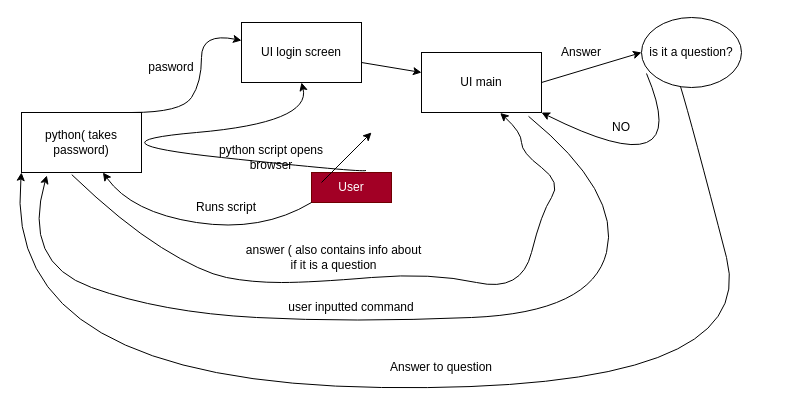
Before: drawing.drawio in z3co/startPersonalAssistant, a draw.io diagram. Source tidied: cells renumbered, new cells numbered last; positions are measured from the earlier drawing's top-left corner, leaving out a move shared by most shapes. Both pictures are drawn from the tidied source at 100%, with x=0, y=0 at pixel (1, 17).
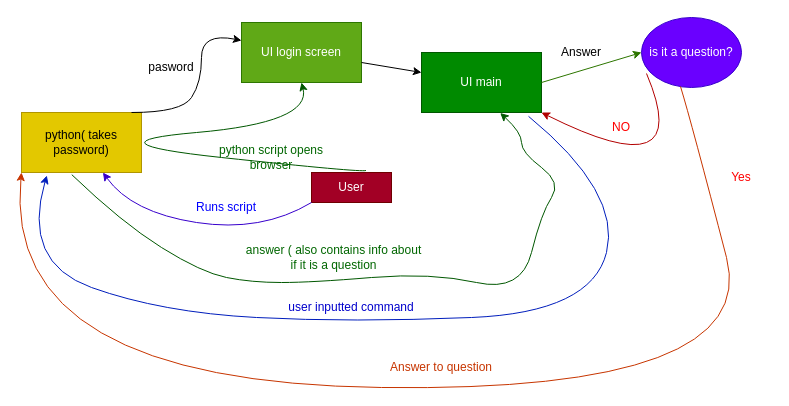
Above is the later version.

The change refers to these unchanged cells:
```xml
<mxCell id="2" value="User" style="rounded=0;whiteSpace=wrap;html=1;fillColor=#a20025;fontColor=#ffffff;strokeColor=#6F0000;" parent="1" vertex="1">
  <mxGeometry x="310" y="155" width="80" height="30" as="geometry" />
</mxCell>
```

What changed in the source:
```diff
@@
-    <mxCell id="3" style="curved=1;endArrow=classic;html=1;exitX=0;exitY=1;exitDx=0;exitDy=0;" parent="1" edge="1" source="2" target="5">
+    <mxCell id="3" style="curved=1;endArrow=classic;html=1;exitX=0;exitY=1;exitDx=0;exitDy=0;fillColor=#6a00ff;strokeColor=#3700CC;" parent="1" edge="1" source="2" target="5">
       <mxGeometry relative="1" as="geometry">
         <Array as="points">
           <mxPoint x="260" y="215" />
           <mxPoint x="130" y="195" />
         </Array>
       </mxGeometry>
     </mxCell>
-    <mxCell id="4" value="Runs script" style="text;html=1;strokeColor=none;fillColor=none;align=center;verticalAlign=middle;whiteSpace=wrap;rounded=0;" parent="1" vertex="1">
+    <mxCell id="4" value="Runs script" style="text;html=1;strokeColor=none;fillColor=none;align=center;verticalAlign=middle;whiteSpace=wrap;rounded=0;fontColor=#0000FF;" parent="1" vertex="1">
       <mxGeometry x="180" y="175" width="90" height="30" as="geometry" />
     </mxCell>
-    <mxCell id="5" value="python( takes password)" style="rounded=0;whiteSpace=wrap;html=1;" parent="1" vertex="1">
+    <mxCell id="5" value="python( takes password)" style="rounded=0;whiteSpace=wrap;html=1;fillColor=#e3c800;fontColor=#000000;strokeColor=#B09500;" parent="1" vertex="1">
       <mxGeometry x="20" y="95" width="120" height="60" as="geometry" />
     </mxCell>
@@
-    <mxCell id="8" value="UI login screen" style="rounded=0;whiteSpace=wrap;html=1;" parent="1" vertex="1">
+    <mxCell id="8" value="UI login screen" style="rounded=0;whiteSpace=wrap;html=1;fillColor=#60a917;fontColor=#ffffff;strokeColor=#2D7600;" parent="1" vertex="1">
       <mxGeometry x="240" y="5" width="120" height="60" as="geometry" />
     </mxCell>
-    <mxCell id="9" style="curved=1;endArrow=classic;html=1;entryX=0.5;entryY=1;entryDx=0;entryDy=0;exitX=0.681;exitY=-0.067;exitDx=0;exitDy=0;exitPerimeter=0;" parent="1" edge="1" source="2" target="8">
+    <mxCell id="9" style="curved=1;endArrow=classic;html=1;entryX=0.5;entryY=1;entryDx=0;entryDy=0;exitX=0.681;exitY=-0.067;exitDx=0;exitDy=0;exitPerimeter=0;fillColor=#008a00;strokeColor=#005700;" parent="1" edge="1" source="2" target="8">
       <mxGeometry relative="1" as="geometry">
         <Array as="points">
           <mxPoint x="360" y="155" />
           <mxPoint x="80" y="125" />
           <mxPoint x="310" y="105" />
         </Array>
       </mxGeometry>
     </mxCell>
-    <mxCell id="10" value="python script opens browser" style="text;html=1;strokeColor=none;fillColor=none;align=center;verticalAlign=middle;whiteSpace=wrap;rounded=0;" parent="1" vertex="1">
+    <mxCell id="10" value="python script opens browser" style="text;html=1;align=center;verticalAlign=middle;whiteSpace=wrap;rounded=0;fontColor=#006600;" parent="1" vertex="1">
       <mxGeometry x="200" y="125" width="140" height="30" as="geometry" />
     </mxCell>
@@
-    <mxCell id="12" value="UI main" style="rounded=0;whiteSpace=wrap;html=1;" parent="1" vertex="1">
+    <mxCell id="12" value="UI main" style="rounded=0;whiteSpace=wrap;html=1;fillColor=#008a00;fontColor=#ffffff;strokeColor=#005700;" parent="1" vertex="1">
       <mxGeometry x="420" y="35" width="120" height="60" as="geometry" />
     </mxCell>
-    <mxCell id="13" style="curved=1;endArrow=classic;html=1;exitX=0.892;exitY=1.064;exitDx=0;exitDy=0;exitPerimeter=0;entryX=0.211;entryY=1.05;entryDx=0;entryDy=0;entryPerimeter=0;" parent="1" edge="1" source="12" target="5">
+    <mxCell id="13" style="curved=1;endArrow=classic;html=1;exitX=0.892;exitY=1.064;exitDx=0;exitDy=0;exitPerimeter=0;entryX=0.211;entryY=1.05;entryDx=0;entryDy=0;entryPerimeter=0;fillColor=#0050ef;strokeColor=#001DBC;" parent="1" edge="1" source="12" target="5">
       <mxGeometry relative="1" as="geometry">
         <Array as="points">
           <mxPoint x="620" y="175" />
           <mxPoint x="590" y="295" />
           <mxPoint x="350" y="305" />
           <mxPoint x="160" y="295" />
           <mxPoint x="20" y="245" />
         </Array>
       </mxGeometry>
     </mxCell>
-    <mxCell id="14" value="user inputted command" style="text;html=1;strokeColor=none;fillColor=none;align=center;verticalAlign=middle;whiteSpace=wrap;rounded=0;" parent="1" vertex="1">
+    <mxCell id="14" value="user inputted command" style="text;html=1;strokeColor=none;fillColor=none;align=center;verticalAlign=middle;whiteSpace=wrap;rounded=0;fontColor=#0000CC;" parent="1" vertex="1">
       <mxGeometry x="265" y="275" width="170" height="30" as="geometry" />
     </mxCell>
-    <mxCell id="15" style="curved=1;endArrow=classic;html=1;exitX=0.419;exitY=1.036;exitDx=0;exitDy=0;exitPerimeter=0;entryX=0.656;entryY=1.008;entryDx=0;entryDy=0;entryPerimeter=0;" parent="1" edge="1" source="5" target="12">
+    <mxCell id="15" style="curved=1;endArrow=classic;html=1;exitX=0.419;exitY=1.036;exitDx=0;exitDy=0;exitPerimeter=0;entryX=0.656;entryY=1.008;entryDx=0;entryDy=0;entryPerimeter=0;fillColor=#008a00;strokeColor=#005700;" parent="1" edge="1" source="5" target="12">
       <mxGeometry relative="1" as="geometry">
         <Array as="points">
           <mxPoint x="120" y="205" />
           <mxPoint x="200" y="255" />
           <mxPoint x="250" y="265" />
           <mxPoint x="310" y="265" />
           <mxPoint x="430" y="255" />
           <mxPoint x="520" y="275" />
           <mxPoint x="540" y="195" />
           <mxPoint x="560" y="165" />
           <mxPoint x="520" y="135" />
           <mxPoint x="520" y="115" />
         </Array>
       </mxGeometry>
     </mxCell>
-    <mxCell id="16" value="answer ( also contains info about if it is a question" style="text;html=1;strokeColor=none;fillColor=none;align=center;verticalAlign=middle;whiteSpace=wrap;rounded=0;" parent="1" vertex="1">
+    <mxCell id="16" value="answer ( also contains info about if it is a question" style="text;html=1;strokeColor=none;fillColor=none;align=center;verticalAlign=middle;whiteSpace=wrap;rounded=0;fontColor=#006600;" parent="1" vertex="1">
       <mxGeometry x="240" y="225" width="185" height="30" as="geometry" />
     </mxCell>
-    <mxCell id="17" value="is it a question?" style="ellipse;whiteSpace=wrap;html=1;" parent="1" vertex="1">
+    <mxCell id="17" value="is it a question?" style="ellipse;whiteSpace=wrap;html=1;fillColor=#6a00ff;fontColor=#ffffff;strokeColor=#3700CC;" parent="1" vertex="1">
       <mxGeometry x="640" width="100" height="70" as="geometry" />
     </mxCell>
-    <mxCell id="18" style="endArrow=classic;html=1;" parent="1" edge="1">
-      <mxGeometry relative="1" as="geometry">
-        <mxPoint x="320" y="165" as="sourcePoint" />
-        <mxPoint x="370" y="115" as="targetPoint" />
-      </mxGeometry>
-    </mxCell>
-    <mxCell id="19" style="endArrow=classic;html=1;exitX=1;exitY=0.5;exitDx=0;exitDy=0;entryX=0;entryY=0.5;entryDx=0;entryDy=0;" parent="1" edge="1" source="12" target="17">
+    <mxCell id="19" style="endArrow=classic;html=1;exitX=1;exitY=0.5;exitDx=0;exitDy=0;entryX=0;entryY=0.5;entryDx=0;entryDy=0;fillColor=#60a917;strokeColor=#2D7600;" parent="1" edge="1" source="12" target="17">
       <mxGeometry relative="1" as="geometry" />
     </mxCell>
-    <mxCell id="20" style="curved=1;endArrow=classic;html=1;exitX=0.05;exitY=0.8;exitDx=0;exitDy=0;exitPerimeter=0;entryX=1;entryY=1;entryDx=0;entryDy=0;" parent="1" edge="1" source="17" target="12">
+    <mxCell id="20" style="curved=1;endArrow=classic;html=1;exitX=0.05;exitY=0.8;exitDx=0;exitDy=0;exitPerimeter=0;entryX=1;entryY=1;entryDx=0;entryDy=0;fillColor=#e51400;strokeColor=#B20000;" parent="1" edge="1" source="17" target="12">
       <mxGeometry relative="1" as="geometry">
         <Array as="points">
           <mxPoint x="670" y="115" />
           <mxPoint x="620" y="135" />
         </Array>
       </mxGeometry>
     </mxCell>
-    <mxCell id="21" value="NO" style="text;html=1;strokeColor=none;fillColor=none;align=center;verticalAlign=middle;whiteSpace=wrap;rounded=0;" parent="1" vertex="1">
+    <mxCell id="21" value="NO" style="text;html=1;strokeColor=none;fillColor=none;align=center;verticalAlign=middle;whiteSpace=wrap;rounded=0;fontColor=#FF0000;" parent="1" vertex="1">
       <mxGeometry x="590" y="95" width="60" height="30" as="geometry" />
     </mxCell>
@@
-    <mxCell id="23" style="curved=1;endArrow=classic;html=1;exitX=0.39;exitY=0.986;exitDx=0;exitDy=0;exitPerimeter=0;entryX=0;entryY=1;entryDx=0;entryDy=0;" parent="1" edge="1" source="17" target="5">
+    <mxCell id="23" style="curved=1;endArrow=classic;html=1;exitX=0.39;exitY=0.986;exitDx=0;exitDy=0;exitPerimeter=0;entryX=0;entryY=1;entryDx=0;entryDy=0;fillColor=#fa6800;strokeColor=#C73500;" parent="1" edge="1" source="17" target="5">
       <mxGeometry relative="1" as="geometry">
         <Array as="points">
           <mxPoint x="690" y="105" />
           <mxPoint x="760" y="375" />
           <mxPoint y="365" />
         </Array>
       </mxGeometry>
     </mxCell>
-    <mxCell id="24" value="Answer to question" style="text;html=1;strokeColor=none;fillColor=none;align=center;verticalAlign=middle;whiteSpace=wrap;rounded=0;" parent="1" vertex="1">
+    <mxCell id="24" value="Answer to question" style="text;html=1;align=center;verticalAlign=middle;whiteSpace=wrap;rounded=0;fontColor=#C73500;" parent="1" vertex="1">
       <mxGeometry x="380" y="335" width="120" height="30" as="geometry" />
     </mxCell>
+    <mxCell id="25" value="Yes" style="text;html=1;strokeColor=none;fillColor=none;align=center;verticalAlign=middle;whiteSpace=wrap;rounded=0;fontColor=#FF0000;" parent="1" vertex="1">
+      <mxGeometry x="710" y="145" width="60" height="30" as="geometry" />
+    </mxCell>
```
